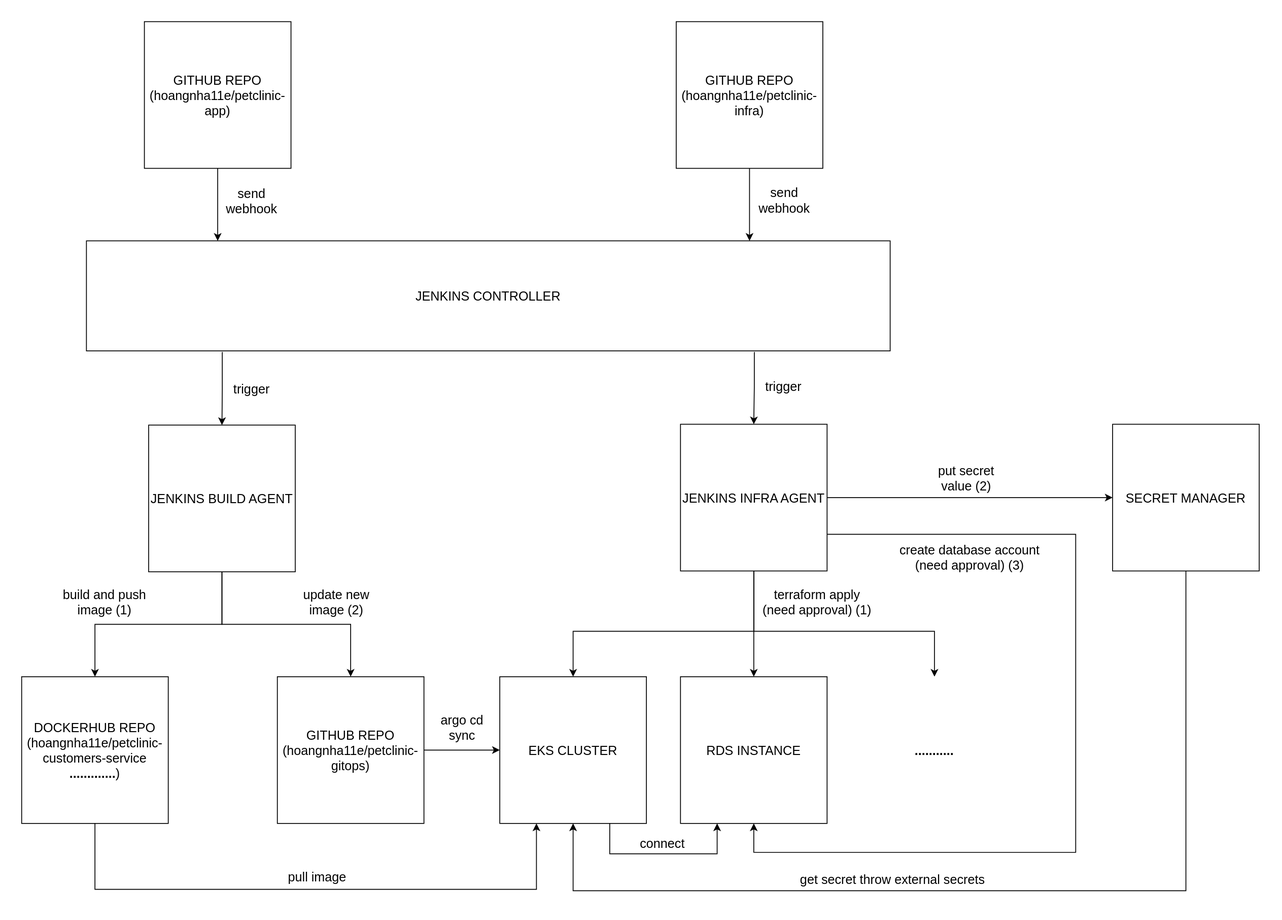
Above: assets/Pipeline Flow.svg in hoangnha11e/petclinic-app (draw.io), before the change. Source tidied: cells renumbered, new cells last; positions are measured from the earlier drawing's top-left corner, leaving out a move shared by most shapes. Source of this version:
```xml
<mxGraphModel>
  <root>
    <mxCell id="0" />
    <mxCell id="1" parent="0" />
    <mxCell id="2" style="edgeStyle=orthogonalEdgeStyle;rounded=0;jettySize=auto;html=1;defaultLabelBackgroundColor=page;" parent="1" edge="1" source="3" target="29">
      <mxGeometry relative="1" as="geometry">
        <Array as="points">
          <mxPoint x="230" y="245.6" />
          <mxPoint x="230" y="245.6" />
        </Array>
      </mxGeometry>
    </mxCell>
    <mxCell id="3" value="GITHUB REPO&lt;br&gt;(hoangnha11e/petclinic-app)" style="whiteSpace=wrap;html=1;fontSize=15;" parent="1" vertex="1">
      <mxGeometry x="144" width="172" height="172" as="geometry" />
    </mxCell>
    <mxCell id="4" style="edgeStyle=orthogonalEdgeStyle;rounded=0;jettySize=auto;html=1;" parent="1" edge="1" source="6" target="9">
      <mxGeometry relative="1" as="geometry" />
    </mxCell>
    <mxCell id="5" style="edgeStyle=orthogonalEdgeStyle;rounded=0;jettySize=auto;html=1;" parent="1" edge="1" source="6" target="11">
      <mxGeometry relative="1" as="geometry" />
    </mxCell>
    <mxCell id="6" value="JENKINS BUILD AGENT" style="whiteSpace=wrap;html=1;fontSize=15;" parent="1" vertex="1">
      <mxGeometry x="149" y="473" width="172" height="172" as="geometry" />
    </mxCell>
    <mxCell id="7" value="&lt;span style=&quot;font-size: 15px;&quot;&gt;send webhook&lt;/span&gt;" style="text;html=1;whiteSpace=wrap;strokeColor=none;fillColor=none;align=center;verticalAlign=middle;rounded=0;" parent="1" vertex="1">
      <mxGeometry x="240" y="195" width="60" height="30" as="geometry" />
    </mxCell>
    <mxCell id="8" style="edgeStyle=orthogonalEdgeStyle;rounded=0;jettySize=auto;html=1;exitX=0.5;exitY=1;exitDx=0;exitDy=0;entryX=0.25;entryY=1;entryDx=0;entryDy=0;defaultLabelBackgroundColor=page;" parent="1" edge="1" source="9" target="24">
      <mxGeometry x="0.06" relative="1" as="geometry">
        <Array as="points">
          <mxPoint x="86" y="1017.3" />
          <mxPoint x="604" y="1017.3" />
        </Array>
      </mxGeometry>
    </mxCell>
    <mxCell id="9" value="&lt;div&gt;DOCKERHUB REPO&lt;/div&gt;&lt;div&gt;(hoangnha11e/petclinic-customers-service&lt;/div&gt;&lt;div&gt;&lt;b&gt;.............&lt;/b&gt;)&lt;/div&gt;" style="whiteSpace=wrap;html=1;fontSize=15;" parent="1" vertex="1">
      <mxGeometry y="768" width="172" height="172" as="geometry" />
    </mxCell>
    <mxCell id="10" style="edgeStyle=orthogonalEdgeStyle;rounded=0;jettySize=auto;html=1;" parent="1" edge="1" source="11" target="24">
      <mxGeometry relative="1" as="geometry" />
    </mxCell>
    <mxCell id="11" value="&lt;div&gt;GITHUB REPO&lt;/div&gt;&lt;div&gt;(hoangnha11e/petclinic-gitops)&lt;/div&gt;" style="whiteSpace=wrap;html=1;fontSize=15;" parent="1" vertex="1">
      <mxGeometry x="300" y="768" width="172" height="172" as="geometry" />
    </mxCell>
    <mxCell id="12" value="&lt;font style=&quot;font-size: 15px;&quot;&gt;build and push image (1)&lt;/font&gt;" style="text;html=1;whiteSpace=wrap;strokeColor=none;fillColor=none;align=center;verticalAlign=middle;rounded=0;" parent="1" vertex="1">
      <mxGeometry x="46" y="665" width="103" height="30" as="geometry" />
    </mxCell>
    <mxCell id="13" value="&lt;font style=&quot;font-size: 15px;&quot;&gt;update new image (2)&lt;/font&gt;" style="text;html=1;whiteSpace=wrap;strokeColor=none;fillColor=none;align=center;verticalAlign=middle;rounded=0;" parent="1" vertex="1">
      <mxGeometry x="321" y="665" width="97" height="30" as="geometry" />
    </mxCell>
    <mxCell id="14" style="edgeStyle=orthogonalEdgeStyle;rounded=0;jettySize=auto;html=1;defaultLabelBackgroundColor=page;" parent="1" edge="1" source="15" target="29">
      <mxGeometry relative="1" as="geometry">
        <Array as="points">
          <mxPoint x="854" y="252.2" />
          <mxPoint x="854" y="252.2" />
        </Array>
      </mxGeometry>
    </mxCell>
    <mxCell id="15" value="GITHUB REPO&lt;br&gt;(hoangnha11e/petclinic-infra)" style="whiteSpace=wrap;html=1;fontSize=15;" parent="1" vertex="1">
      <mxGeometry x="768" width="172" height="172" as="geometry" />
    </mxCell>
    <mxCell id="16" style="edgeStyle=orthogonalEdgeStyle;rounded=0;jettySize=auto;html=1;" parent="1" edge="1" source="21" target="24">
      <mxGeometry relative="1" as="geometry">
        <Array as="points">
          <mxPoint x="859" y="714.7" />
          <mxPoint x="647" y="714.7" />
        </Array>
      </mxGeometry>
    </mxCell>
    <mxCell id="17" style="edgeStyle=orthogonalEdgeStyle;rounded=0;jettySize=auto;html=1;" parent="1" edge="1" source="21" target="25">
      <mxGeometry relative="1" as="geometry">
        <Array as="points">
          <mxPoint x="859" y="714.7" />
          <mxPoint x="1071" y="714.7" />
        </Array>
      </mxGeometry>
    </mxCell>
    <mxCell id="18" style="edgeStyle=orthogonalEdgeStyle;rounded=0;jettySize=auto;html=1;" parent="1" edge="1" source="21" target="26">
      <mxGeometry relative="1" as="geometry" />
    </mxCell>
    <mxCell id="19" style="edgeStyle=orthogonalEdgeStyle;rounded=0;jettySize=auto;html=1;defaultLabelBackgroundColor=page;" parent="1" edge="1" source="21" target="35">
      <mxGeometry relative="1" as="geometry" />
    </mxCell>
    <mxCell id="20" style="edgeStyle=orthogonalEdgeStyle;rounded=0;jettySize=auto;html=1;exitX=1;exitY=0.75;exitDx=0;exitDy=0;entryX=0.5;entryY=1;entryDx=0;entryDy=0;defaultLabelBackgroundColor=page;" parent="1" edge="1" source="21" target="26">
      <mxGeometry x="0.07" relative="1" as="geometry">
        <Array as="points">
          <mxPoint x="1236.7" y="601" />
          <mxPoint x="1236.7" y="973.9" />
          <mxPoint x="859" y="973.9" />
        </Array>
      </mxGeometry>
    </mxCell>
    <mxCell id="21" value="JENKINS INFRA AGENT" style="whiteSpace=wrap;html=1;fontSize=15;" parent="1" vertex="1">
      <mxGeometry x="773" y="472" width="172" height="172" as="geometry" />
    </mxCell>
    <mxCell id="22" value="&lt;span style=&quot;font-size: 15px;&quot;&gt;send webhook&lt;/span&gt;" style="text;html=1;whiteSpace=wrap;strokeColor=none;fillColor=none;align=center;verticalAlign=middle;rounded=0;" parent="1" vertex="1">
      <mxGeometry x="865" y="194" width="60" height="30" as="geometry" />
    </mxCell>
    <mxCell id="23" style="edgeStyle=orthogonalEdgeStyle;rounded=0;jettySize=auto;html=1;exitX=0.75;exitY=1;exitDx=0;exitDy=0;entryX=0.25;entryY=1;entryDx=0;entryDy=0;defaultLabelBackgroundColor=page;" parent="1" edge="1" source="24" target="26">
      <mxGeometry relative="1" as="geometry">
        <Array as="points">
          <mxPoint x="690" y="975.6" />
          <mxPoint x="816" y="975.6" />
        </Array>
      </mxGeometry>
    </mxCell>
    <mxCell id="24" value="&lt;div&gt;EKS&amp;nbsp;&lt;span style=&quot;background-color: transparent; color: light-dark(rgb(0, 0, 0), rgb(255, 255, 255));&quot;&gt;CLUSTER&lt;/span&gt;&lt;/div&gt;" style="whiteSpace=wrap;html=1;fontSize=15;" parent="1" vertex="1">
      <mxGeometry x="561" y="768" width="172" height="172" as="geometry" />
    </mxCell>
    <mxCell id="25" value="&lt;div&gt;&lt;b&gt;...........&lt;/b&gt;&lt;/div&gt;" style="whiteSpace=wrap;html=1;fontSize=15;labelBackgroundColor=none;labelBorderColor=none;strokeColor=#FFFFFF;" parent="1" vertex="1">
      <mxGeometry x="985" y="768" width="172" height="172" as="geometry" />
    </mxCell>
    <mxCell id="26" value="&lt;div&gt;RDS INSTANCE&lt;/div&gt;" style="whiteSpace=wrap;html=1;fontSize=15;" parent="1" vertex="1">
      <mxGeometry x="773" y="768" width="172" height="172" as="geometry" />
    </mxCell>
    <mxCell id="27" value="&lt;font style=&quot;font-size: 15px;&quot;&gt;argo cd&lt;/font&gt;&lt;div&gt;&lt;font style=&quot;font-size: 15px;&quot;&gt;sync&lt;/font&gt;&lt;/div&gt;" style="text;html=1;whiteSpace=wrap;strokeColor=none;fillColor=none;align=center;verticalAlign=middle;rounded=0;" parent="1" vertex="1">
      <mxGeometry x="487" y="812" width="60" height="30" as="geometry" />
    </mxCell>
    <mxCell id="28" value="&lt;font style=&quot;font-size: 15px;&quot;&gt;terraform apply (need approval) (1)&lt;/font&gt;" style="text;html=1;whiteSpace=wrap;strokeColor=none;fillColor=none;align=center;verticalAlign=middle;rounded=0;" parent="1" vertex="1">
      <mxGeometry x="867" y="665" width="133" height="30" as="geometry" />
    </mxCell>
    <mxCell id="29" value="&lt;font style=&quot;font-size: 15px;&quot;&gt;JENKINS CONTROLLER&lt;/font&gt;" style="rounded=0;whiteSpace=wrap;html=1;" parent="1" vertex="1">
      <mxGeometry x="76" y="257" width="943" height="129" as="geometry" />
    </mxCell>
    <mxCell id="30" style="edgeStyle=orthogonalEdgeStyle;rounded=0;jettySize=auto;html=1;exitX=0.169;exitY=1.01;exitDx=0;exitDy=0;entryX=0.5;entryY=0;entryDx=0;entryDy=0;defaultLabelBackgroundColor=page;exitPerimeter=0;" parent="1" edge="1" source="29" target="6">
      <mxGeometry relative="1" as="geometry" />
    </mxCell>
    <mxCell id="31" style="edgeStyle=orthogonalEdgeStyle;rounded=0;jettySize=auto;html=1;exitX=0.831;exitY=1.01;exitDx=0;exitDy=0;entryX=0.5;entryY=0;entryDx=0;entryDy=0;defaultLabelBackgroundColor=page;exitPerimeter=0;" parent="1" edge="1" source="29" target="21">
      <mxGeometry relative="1" as="geometry" />
    </mxCell>
    <mxCell id="32" value="&lt;font style=&quot;font-size: 15px;&quot;&gt;trigger&lt;/font&gt;" style="text;html=1;whiteSpace=wrap;strokeColor=none;fillColor=none;align=center;verticalAlign=middle;rounded=0;" parent="1" vertex="1">
      <mxGeometry x="240" y="415" width="60" height="30" as="geometry" />
    </mxCell>
    <mxCell id="33" value="&lt;font style=&quot;font-size: 15px;&quot;&gt;trigger&lt;/font&gt;" style="text;html=1;whiteSpace=wrap;strokeColor=none;fillColor=none;align=center;verticalAlign=middle;rounded=0;" parent="1" vertex="1">
      <mxGeometry x="864" y="412" width="60" height="30" as="geometry" />
    </mxCell>
    <mxCell id="34" style="edgeStyle=orthogonalEdgeStyle;rounded=0;jettySize=auto;html=1;exitX=0.5;exitY=1;exitDx=0;exitDy=0;entryX=0.5;entryY=1;entryDx=0;entryDy=0;defaultLabelBackgroundColor=page;" parent="1" edge="1" source="35" target="24">
      <mxGeometry x="-0.04" relative="1" as="geometry">
        <Array as="points">
          <mxPoint x="1366" y="1018.9" />
          <mxPoint x="647" y="1018.9" />
        </Array>
      </mxGeometry>
    </mxCell>
    <mxCell id="35" value="SECRET MANAGER" style="whiteSpace=wrap;html=1;fontSize=15;" parent="1" vertex="1">
      <mxGeometry x="1280" y="472" width="172" height="172" as="geometry" />
    </mxCell>
    <mxCell id="36" value="&lt;font style=&quot;font-size: 15px;&quot;&gt;pull image&lt;/font&gt;" style="text;html=1;whiteSpace=wrap;strokeColor=none;fillColor=none;align=center;verticalAlign=middle;rounded=0;" parent="1" vertex="1">
      <mxGeometry x="305" y="987" width="84" height="30" as="geometry" />
    </mxCell>
    <mxCell id="37" value="&lt;font style=&quot;font-size: 15px;&quot;&gt;put secret value (2)&lt;/font&gt;" style="text;html=1;whiteSpace=wrap;strokeColor=none;fillColor=none;align=center;verticalAlign=middle;rounded=0;" parent="1" vertex="1">
      <mxGeometry x="1060" y="520" width="97" height="30" as="geometry" />
    </mxCell>
    <mxCell id="38" value="&lt;font style=&quot;font-size: 15px;&quot;&gt;create database account&lt;/font&gt;&lt;div&gt;&lt;font style=&quot;font-size: 15px;&quot;&gt;(need approval) (3)&lt;/font&gt;&lt;/div&gt;" style="text;html=1;whiteSpace=wrap;strokeColor=none;fillColor=none;align=center;verticalAlign=middle;rounded=0;" parent="1" vertex="1">
      <mxGeometry x="1019" y="613" width="187" height="30" as="geometry" />
    </mxCell>
    <mxCell id="39" value="&lt;font style=&quot;font-size: 15px;&quot;&gt;get secret throw external secrets&lt;/font&gt;" style="text;html=1;whiteSpace=wrap;strokeColor=none;fillColor=none;align=center;verticalAlign=middle;rounded=0;" parent="1" vertex="1">
      <mxGeometry x="902" y="990" width="240" height="30" as="geometry" />
    </mxCell>
    <mxCell id="40" value="&lt;font style=&quot;font-size: 15px;&quot;&gt;connect&lt;/font&gt;" style="text;html=1;whiteSpace=wrap;strokeColor=none;fillColor=none;align=center;verticalAlign=middle;rounded=0;" parent="1" vertex="1">
      <mxGeometry x="722" y="948" width="60" height="30" as="geometry" />
    </mxCell>
  </root>
</mxGraphModel>
```
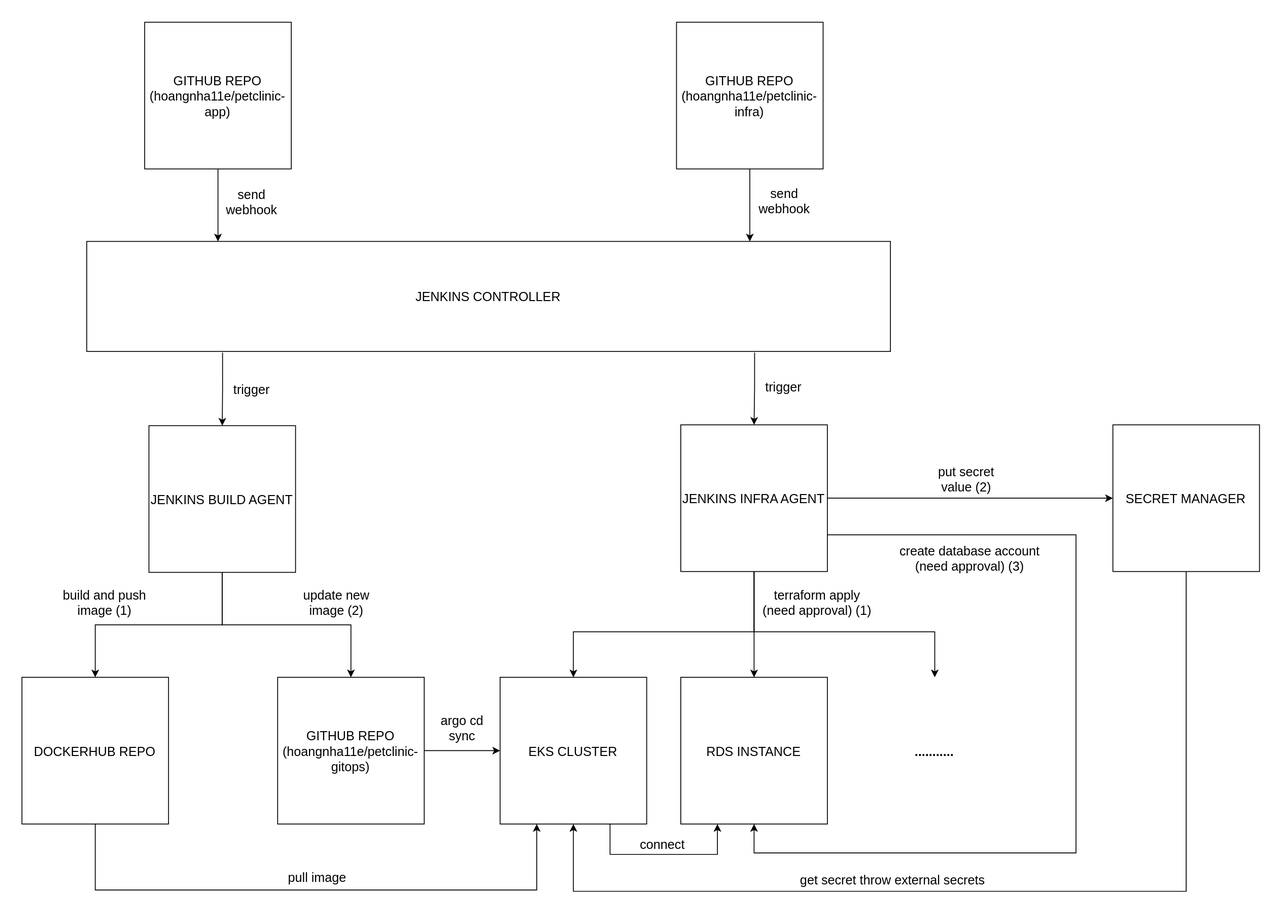
Later version of the same file.

Commit message:
doc(rdm): fix README.md - del Docker Hub link

The edit, as a diff of the source:
```diff
@@ -33,7 +33,7 @@
         </Array>
       </mxGeometry>
     </mxCell>
-    <mxCell id="9" value="&lt;div&gt;DOCKERHUB REPO&lt;/div&gt;&lt;div&gt;(hoangnha11e/petclinic-customers-service&lt;/div&gt;&lt;div&gt;&lt;b&gt;.............&lt;/b&gt;)&lt;/div&gt;" style="whiteSpace=wrap;html=1;fontSize=15;" parent="1" vertex="1">
+    <mxCell id="9" value="&lt;div&gt;DOCKERHUB REPO&lt;/div&gt;" style="whiteSpace=wrap;html=1;fontSize=15;" parent="1" vertex="1">
       <mxGeometry y="768" width="172" height="172" as="geometry" />
     </mxCell>
     <mxCell id="10" style="edgeStyle=orthogonalEdgeStyle;rounded=0;jettySize=auto;html=1;" parent="1" edge="1" source="11" target="24">
```
